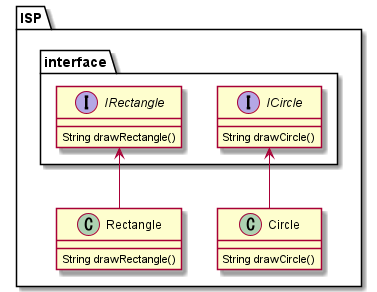
This is out/ISP/ISPother/ISP.png from RyoMa99/SOLID, a PlantUML export, as it was before one commit. The source it was exported from:
```plantuml
@startuml ISP
  package ISP {
    package interface {
      interface IRectangle {
        String drawRectangle()
      }

      interface ICircle {
        String drawCircle()
      }
    }

    class Circle {
      String drawCircle()
    }

    class Rectangle{
      String drawRectangle()
    }

    ICircle <-- Circle
    IRectangle <-- Rectangle
  }
@enduml
```
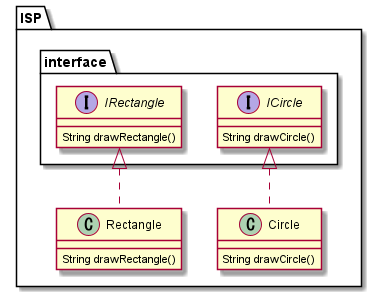
After the commit.

Change to the diagram source:
```diff
@@ -18,7 +18,7 @@
       String drawRectangle()
     }
 
-    ICircle <-- Circle
-    IRectangle <-- Rectangle
+    ICircle <|.. Circle
+    IRectangle <|.. Rectangle
   }
 @enduml
```
